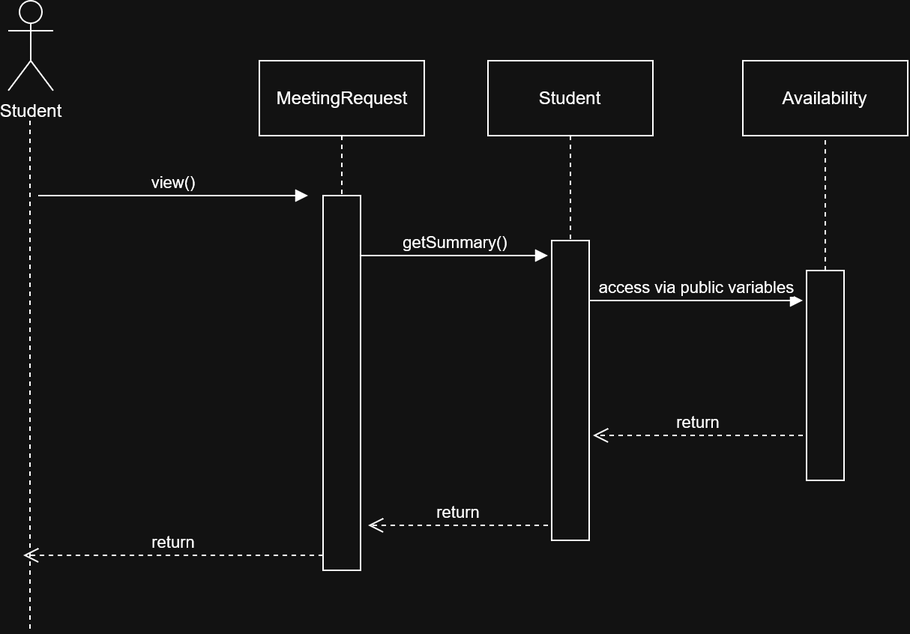
This is docs/uml/slices/jordan-view-match-details/sequence.png from Deismus/Group6Project, a draw.io export, as it was before one commit. Source tidied: cells renumbered, new cells last; positions are measured from the earlier drawing's top-left corner, leaving out a move shared by most shapes.
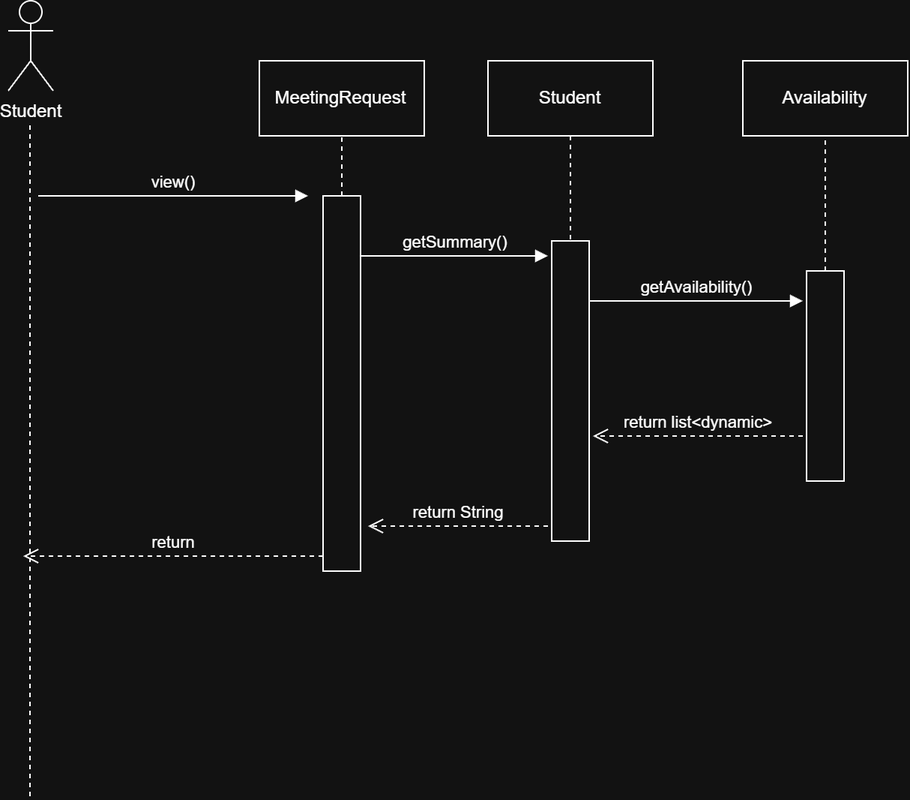
After the commit.

Commit message:
UPDATED PNGS AGAINNNN

i updated the sequence and classes.png because they need a method for returning information that's not just variables

Change to the diagram source:
```diff
@@ -32,7 +32,7 @@
     <mxCell id="9" style="endArrow=none;dashed=1;html=1;rounded=0;entryX=0.5;entryY=0;entryDx=0;entryDy=0;exitX=0.5;exitY=1;exitDx=0;exitDy=0;" parent="1" edge="1" source="7" target="8">
       <mxGeometry relative="1" as="geometry" />
     </mxCell>
-    <mxCell id="10" value="access via public variables" style="html=1;verticalAlign=bottom;endArrow=block;edgeStyle=sequenceEdgeStyle;libavoidRouting=0;curved=0;rounded=0;" parent="1" edge="1">
+    <mxCell id="10" value="getAvailability()" style="html=1;verticalAlign=bottom;endArrow=block;edgeStyle=sequenceEdgeStyle;libavoidRouting=0;curved=0;rounded=0;" parent="1" edge="1">
       <mxGeometry relative="1" as="geometry">
         <mxPoint x="387.5" y="200" as="sourcePoint" />
         <mxPoint x="530" y="200" as="targetPoint" />
@@ -47,13 +47,13 @@
     <mxCell id="13" style="endArrow=none;dashed=1;html=1;rounded=0;entryX=0.5;entryY=1;entryDx=0;entryDy=0;exitX=0.5;exitY=0;exitDx=0;exitDy=0;" parent="1" edge="1" source="12" target="11">
       <mxGeometry relative="1" as="geometry" />
     </mxCell>
-    <mxCell id="14" value="return" style="html=1;verticalAlign=bottom;endArrow=open;dashed=1;endSize=8;edgeStyle=sequenceEdgeStyle;libavoidRouting=0;curved=0;rounded=0;" parent="1" edge="1">
+    <mxCell id="14" value="return list&amp;lt;dynamic&amp;gt;" style="html=1;verticalAlign=bottom;endArrow=open;dashed=1;endSize=8;edgeStyle=sequenceEdgeStyle;libavoidRouting=0;curved=0;rounded=0;" parent="1" edge="1">
       <mxGeometry relative="1" as="geometry">
         <mxPoint x="530" y="290" as="sourcePoint" />
         <mxPoint x="390" y="290" as="targetPoint" />
       </mxGeometry>
     </mxCell>
-    <mxCell id="15" value="return" style="html=1;verticalAlign=bottom;endArrow=open;dashed=1;endSize=8;edgeStyle=sequenceEdgeStyle;libavoidRouting=0;curved=0;rounded=0;" parent="1" edge="1">
+    <mxCell id="15" value="return String" style="html=1;verticalAlign=bottom;endArrow=open;dashed=1;endSize=8;edgeStyle=sequenceEdgeStyle;libavoidRouting=0;curved=0;rounded=0;" parent="1" edge="1">
       <mxGeometry relative="1" as="geometry">
         <mxPoint x="360" y="350" as="sourcePoint" />
         <mxPoint x="240" y="350" as="targetPoint" />
@@ -65,14 +65,14 @@
         <mxPoint x="10" y="370" as="targetPoint" />
       </mxGeometry>
     </mxCell>
-    <mxCell id="17" style="endArrow=none;dashed=1;html=1;rounded=0;" parent="1" edge="1">
-      <mxGeometry relative="1" as="geometry">
-        <mxPoint x="14.5" y="80" as="sourcePoint" />
-        <mxPoint x="14.5" y="420" as="targetPoint" />
-      </mxGeometry>
-    </mxCell>
-    <mxCell id="18" style="endArrow=none;dashed=1;html=1;rounded=0;exitX=0.5;exitY=1;exitDx=0;exitDy=0;entryX=0.5;entryY=0;entryDx=0;entryDy=0;" parent="1" edge="1" source="4" target="5">
-      <mxGeometry relative="1" as="geometry" />
-    </mxCell>
+    <mxCell id="19" style="endArrow=none;dashed=1;html=1;rounded=0;" parent="1" edge="1">
+      <mxGeometry relative="1" as="geometry">
+        <mxPoint x="14.5" y="530" as="sourcePoint" />
+        <mxPoint x="14.5" y="80" as="targetPoint" />
+      </mxGeometry>
+    </mxCell>
+    <mxCell id="20" style="endArrow=none;dashed=1;html=1;rounded=0;exitX=0.5;exitY=0;exitDx=0;exitDy=0;entryX=0.5;entryY=1;entryDx=0;entryDy=0;" parent="1" edge="1" source="5" target="4">
+      <mxGeometry relative="1" as="geometry" />
+    </mxCell>
   </root>
 </mxGraphModel>
```
